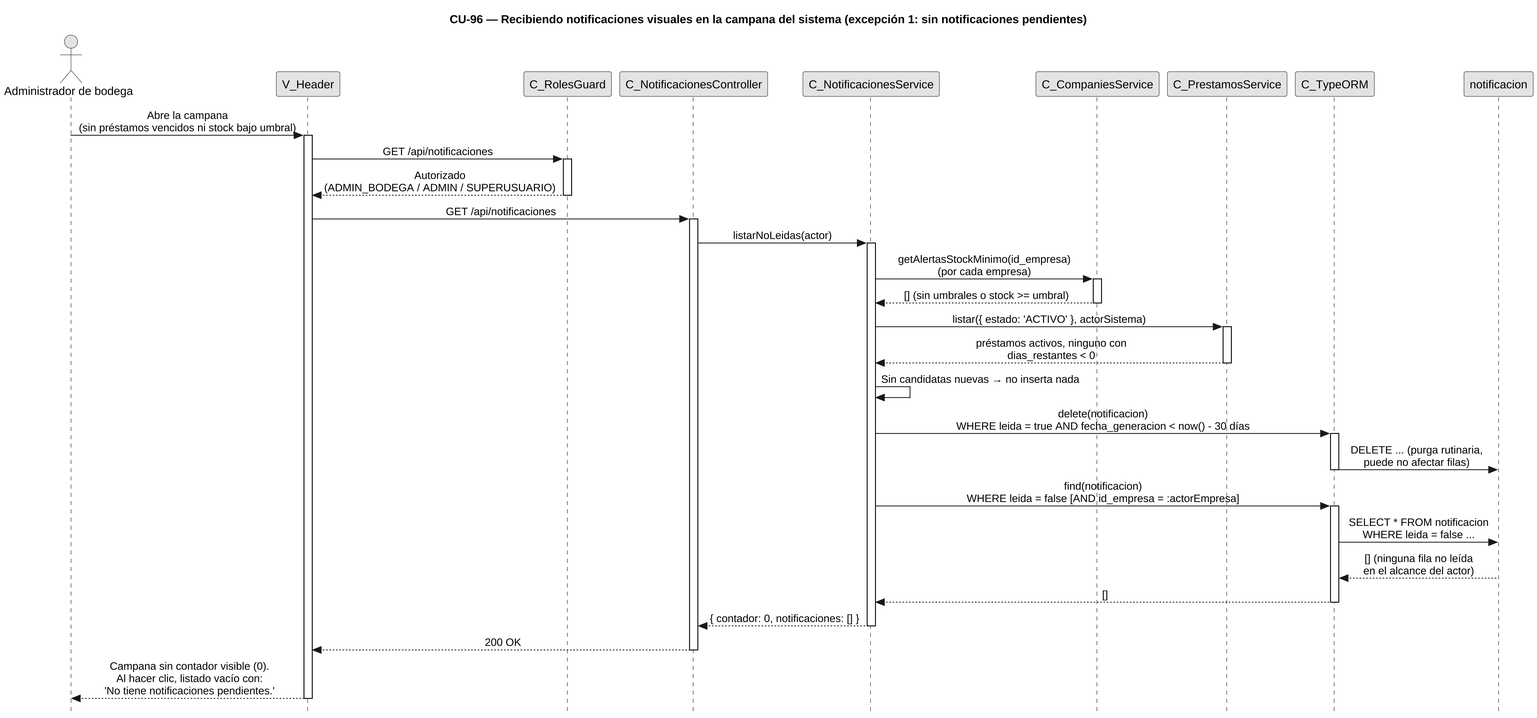
The PlantUML diagram diagramas/diagramas-secuencia/CU96/CU96-exc-sin-notificaciones.png in FSM-Finet-y-Cable-Magico/Team_1-Inventario-y-Bodega, before a commit.
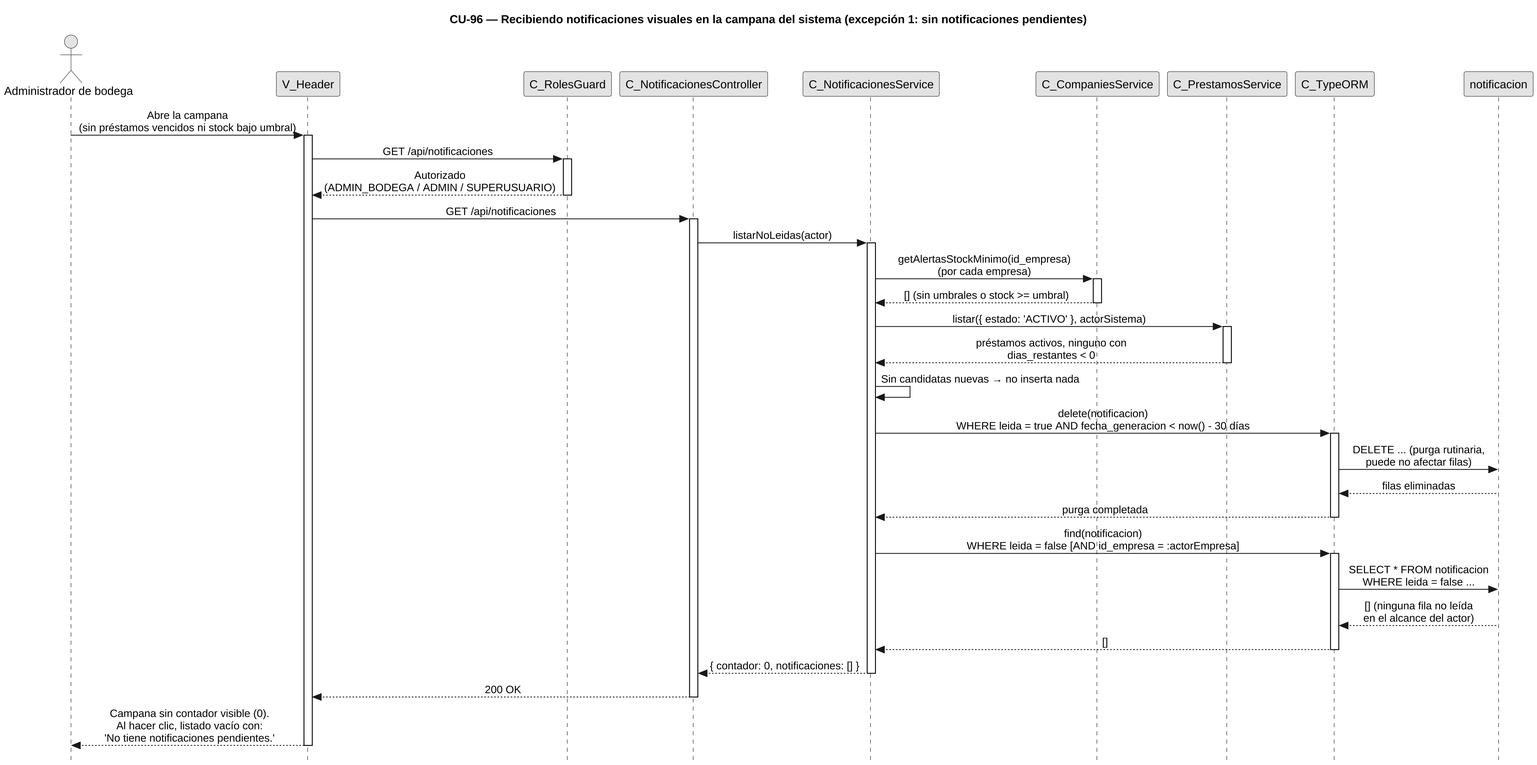
After the change.

Diff of the diagram source:
```diff
@@ -68,6 +68,8 @@
 svc -> orm : delete(notificacion)\nWHERE leida = true AND fecha_generacion < now() - 30 días
 activate orm
 orm -> nent : DELETE ... (purga rutinaria,\npuede no afectar filas)
+nent --> orm : filas eliminadas
+orm --> svc : purga completada
 deactivate orm
 
 svc -> orm : find(notificacion)\nWHERE leida = false [AND id_empresa = :actorEmpresa]
```
